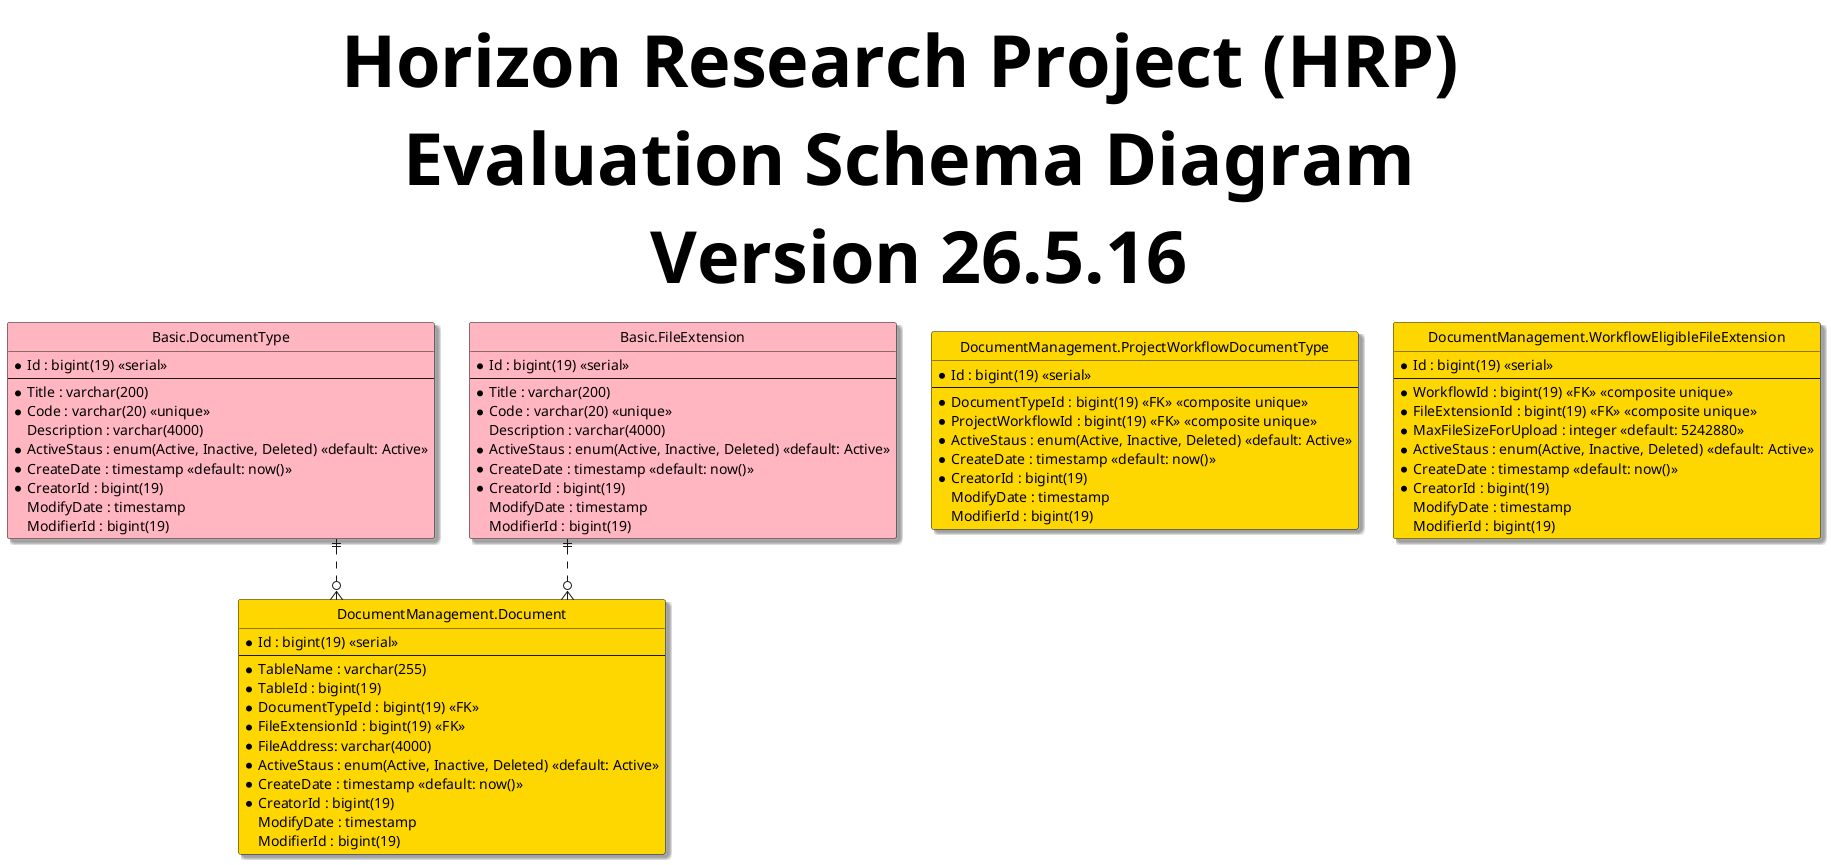
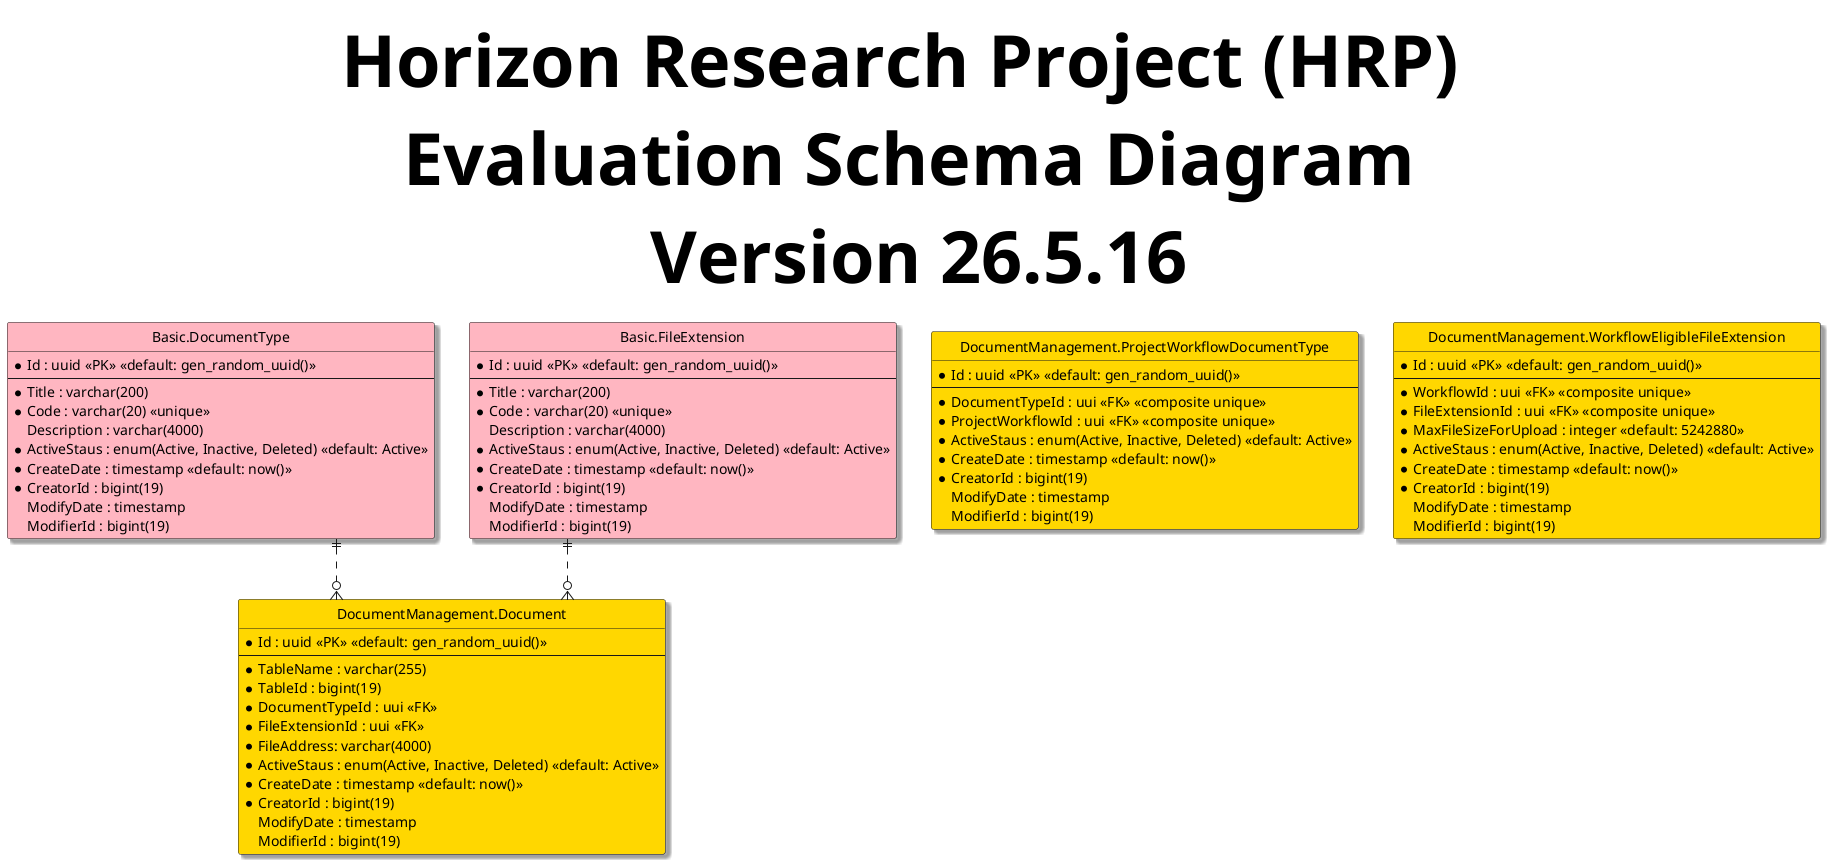
@startuml
hide circle
skinparam classBackgroundColor #Business
skinparam linetype ortho
skinparam Shadowing True
skinparam TitleFontSize 72pt

title Horizon Research Project (HRP) \n Evaluation Schema Diagram \n Version 26.5.16

entity "Basic.DocumentType" as documentType #LightPink{
-   *Id : bigint(19) <<serial>>
+   *Id : uuid <<PK>> <<default: gen_random_uuid()>>
  --
  *Title : varchar(200)
  *Code : varchar(20) <<unique>>
  Description : varchar(4000)
  *ActiveStaus : enum(Active, Inactive, Deleted) <<default: Active>>
  *CreateDate : timestamp <<default: now()>>
  *CreatorId : bigint(19)
  ModifyDate : timestamp
  ModifierId : bigint(19)
}

entity "Basic.FileExtension" as fileExtension #LightPink{
-   *Id : bigint(19) <<serial>>
+   *Id : uuid <<PK>> <<default: gen_random_uuid()>>
  --
  *Title : varchar(200)
  *Code : varchar(20) <<unique>>
  Description : varchar(4000)
  *ActiveStaus : enum(Active, Inactive, Deleted) <<default: Active>>
  *CreateDate : timestamp <<default: now()>>
  *CreatorId : bigint(19)
  ModifyDate : timestamp
  ModifierId : bigint(19)
}

entity "DocumentManagement.Document" as document #Gold{
-   *Id : bigint(19) <<serial>>
+   *Id : uuid <<PK>> <<default: gen_random_uuid()>>
  --
  *TableName : varchar(255)
  *TableId : bigint(19)
-   *DocumentTypeId : bigint(19) <<FK>>
-   *FileExtensionId : bigint(19) <<FK>>
+   *DocumentTypeId : uui <<FK>>
+   *FileExtensionId : uui <<FK>>
  *FileAddress: varchar(4000)
  *ActiveStaus : enum(Active, Inactive, Deleted) <<default: Active>>
  *CreateDate : timestamp <<default: now()>>
  *CreatorId : bigint(19)
  ModifyDate : timestamp
  ModifierId : bigint(19)
}

entity "DocumentManagement.ProjectWorkflowDocumentType" as projectWorkflowDocumentType #Gold{
-   *Id : bigint(19) <<serial>>
+   *Id : uuid <<PK>> <<default: gen_random_uuid()>>
  --
-   *DocumentTypeId : bigint(19) <<FK>> <<composite unique>>
-   *ProjectWorkflowId : bigint(19) <<FK>> <<composite unique>>
+   *DocumentTypeId : uui <<FK>> <<composite unique>>
+   *ProjectWorkflowId : uui <<FK>> <<composite unique>>
  *ActiveStaus : enum(Active, Inactive, Deleted) <<default: Active>>
  *CreateDate : timestamp <<default: now()>>
  *CreatorId : bigint(19)
  ModifyDate : timestamp
  ModifierId : bigint(19)
}

entity "DocumentManagement.WorkflowEligibleFileExtension" as workflowEligibleFileExtension #Gold{
-   *Id : bigint(19) <<serial>>
+   *Id : uuid <<PK>> <<default: gen_random_uuid()>>
  --
-   *WorkflowId : bigint(19) <<FK>> <<composite unique>>
-   *FileExtensionId : bigint(19) <<FK>> <<composite unique>>
+   *WorkflowId : uui <<FK>> <<composite unique>>
+   *FileExtensionId : uui <<FK>> <<composite unique>>
  *MaxFileSizeForUpload : integer <<default: 5242880>>
  *ActiveStaus : enum(Active, Inactive, Deleted) <<default: Active>>
  *CreateDate : timestamp <<default: now()>>
  *CreatorId : bigint(19)
  ModifyDate : timestamp
  ModifierId : bigint(19)
}

documentType ||..o{ document
fileExtension ||..o{ document

@enduml